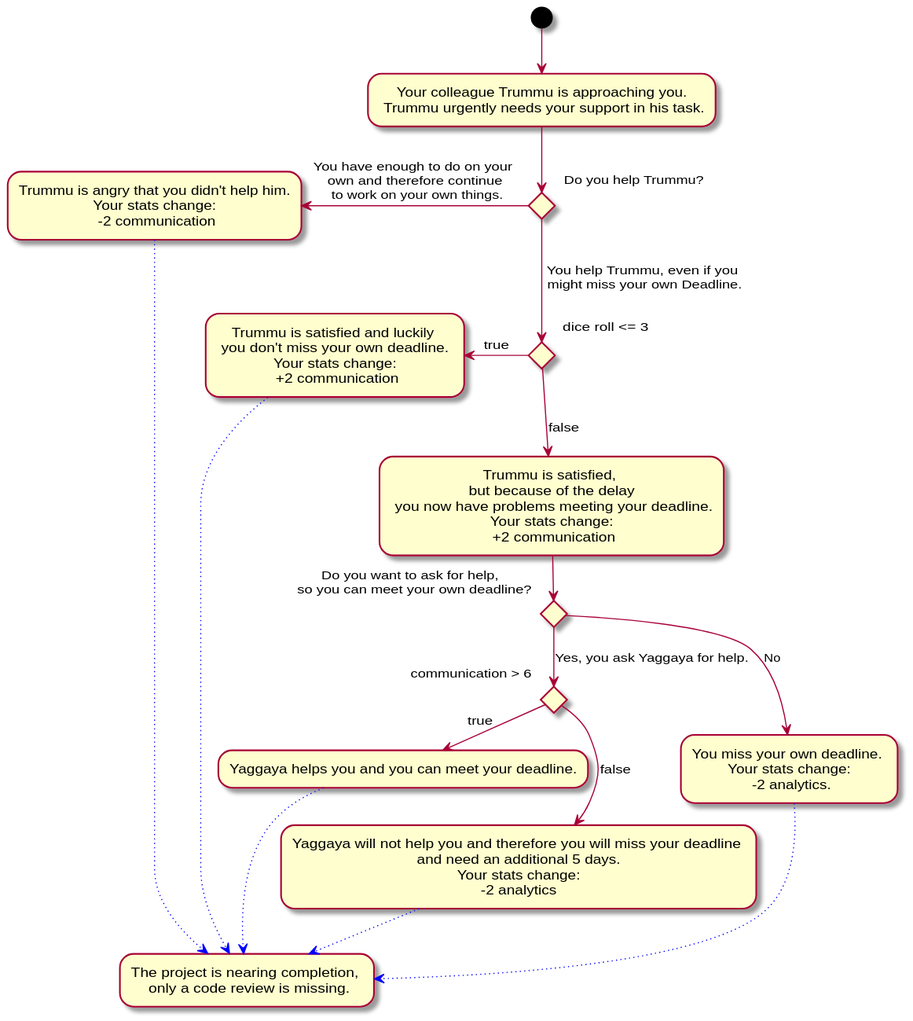
Earlier version of the PlantUML export Docs/Technical Specifications/docs/diagrams/storyflow-diagrams/storyflow-decision-13.svg (Brotenko/QualityQuest). Its diagram source:
```plantuml
@startuml
(*) --> "Your colleague Trummu is approaching you.\n Trummu urgently needs your support in his task."
if "Do you help Trummu?" then
--> [You help Trummu, even if you\n might miss your own Deadline.] if "dice roll <= 3" then
-left-> [true] "Trummu is satisfied and luckily \n you don't miss your own deadline. \n Your stats change: \n +2 communication" as helpNoProblem
else
--> [false] "Trummu is satisfied, \n but because of the delay \n you now have problems meeting your deadline.\n Your stats change: \n +2 communication"
if "Do you want to ask for help, \n so you can meet your own deadline?" then
--> [No] "You miss your own deadline. \n Your stats change: \n -2 analytics." as alone

else
--> [Yes, you ask Yaggaya for help.]if "communication > 6" then
-right-> [true] "Yaggaya helps you and you can meet your deadline." as getHelp

else
--> [false] "Yaggaya will not help you and therefore you will miss your deadline \n and need an additional 5 days. \n Your stats change: \n-2 analytics"
-[#blue,dotted]-> "The project is nearing completion, \n only a code review is missing." as nextDecision
endif
endif
endif
else
-left-> [You have enough to do on your \n own and therefore continue \n to work on your own things.] "Trummu is angry that you didn't help him.\n Your stats change: \n -2 communication" as noHelp

alone -[#blue,dotted]-> nextDecision
helpNoProblem -[#blue,dotted]-> nextDecision
getHelp -[#blue,dotted]-> nextDecision
noHelp -[#blue,dotted]-> nextDecision
@enduml
```
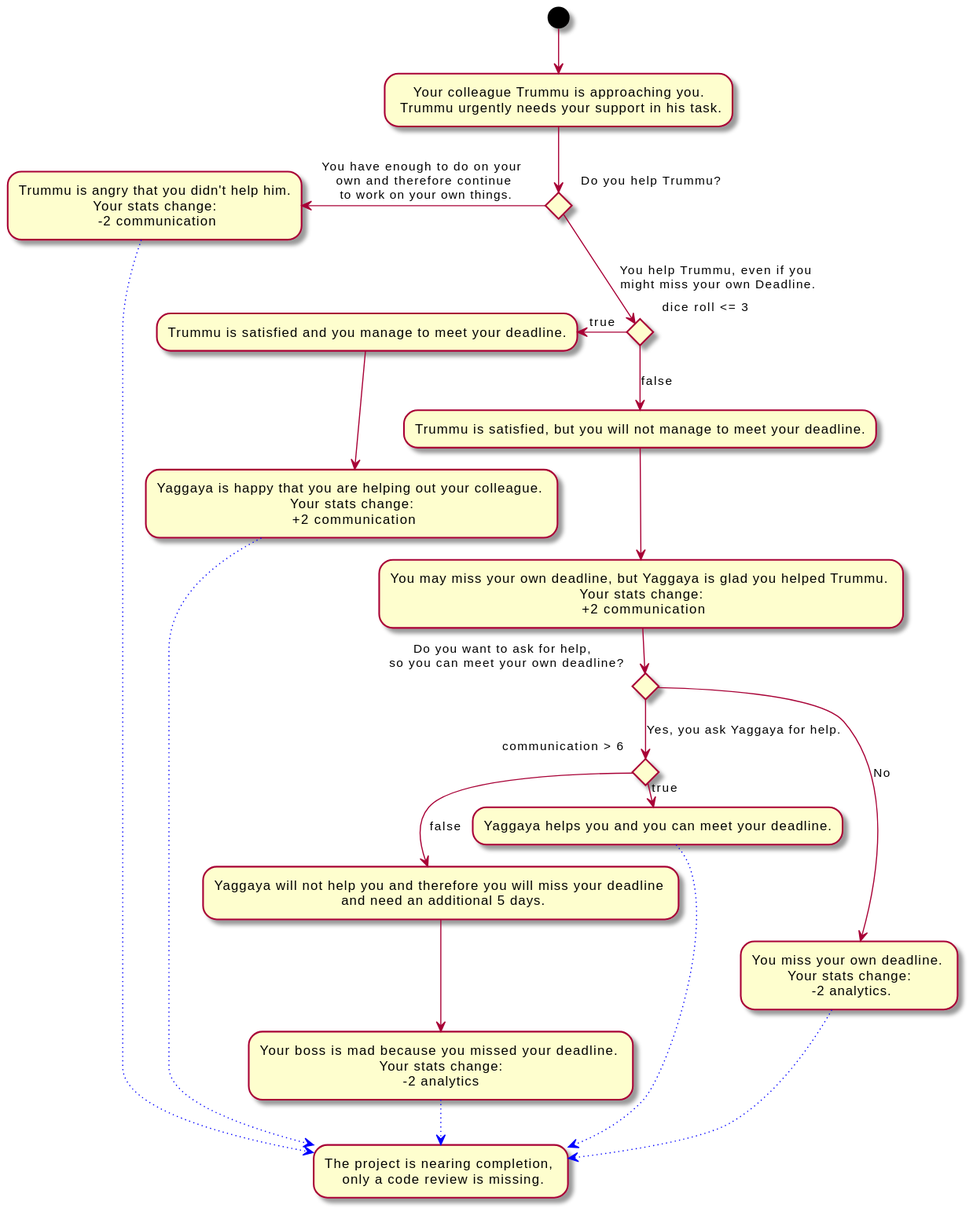
After the commit.

Diff of the diagram source:
```diff
@@ -2,9 +2,11 @@
 (*) --> "Your colleague Trummu is approaching you.\n Trummu urgently needs your support in his task."
 if "Do you help Trummu?" then
 --> [You help Trummu, even if you\n might miss your own Deadline.] if "dice roll <= 3" then
--left-> [true] "Trummu is satisfied and luckily \n you don't miss your own deadline. \n Your stats change: \n +2 communication" as helpNoProblem
+-left-> [true] "Trummu is satisfied and you manage to meet your deadline."
+--> "Yaggaya is happy that you are helping out your colleague. \n Your stats change: \n +2 communication" as helpNoProblem
 else
---> [false] "Trummu is satisfied, \n but because of the delay \n you now have problems meeting your deadline.\n Your stats change: \n +2 communication"
+--> [false] "Trummu is satisfied, but you will not manage to meet your deadline."
+--> "You may miss your own deadline, but Yaggaya is glad you helped Trummu. \n Your stats change: \n +2 communication"
 if "Do you want to ask for help, \n so you can meet your own deadline?" then
 --> [No] "You miss your own deadline. \n Your stats change: \n -2 analytics." as alone
 
@@ -13,7 +15,8 @@
 -right-> [true] "Yaggaya helps you and you can meet your deadline." as getHelp
 
 else
---> [false] "Yaggaya will not help you and therefore you will miss your deadline \n and need an additional 5 days. \n Your stats change: \n-2 analytics"
+--> [false] "Yaggaya will not help you and therefore you will miss your deadline \n and need an additional 5 days."
+--> "Your boss is mad because you missed your deadline. \n Your stats change: \n-2 analytics"
 -[#blue,dotted]-> "The project is nearing completion, \n only a code review is missing." as nextDecision
 endif
 endif
```
